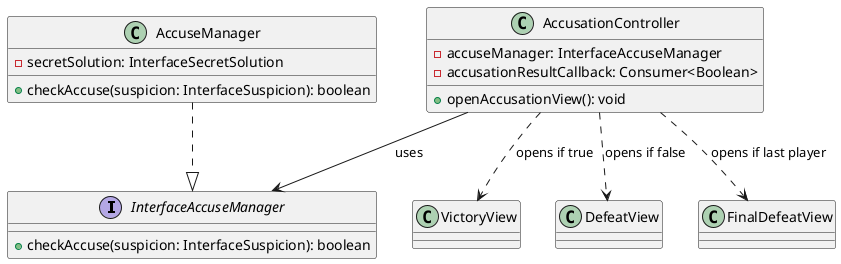
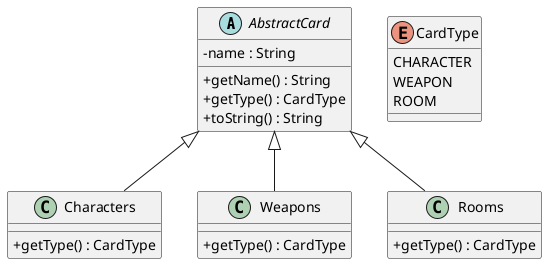
@startuml
- interface InterfaceAccuseManager {
-     +checkAccuse(suspicion: InterfaceSuspicion): boolean
+ skinparam classAttributeIconSize 0
+ 
+ ' ============================
+ '        CLASSI PRINCIPALI
+ ' ============================
+ 
+ abstract class AbstractCard {
+     - name : String
+     + getName() : String
+     + getType() : CardType
+     + toString() : String
}

- class AccuseManager {
-     -secretSolution: InterfaceSecretSolution
-     +checkAccuse(suspicion: InterfaceSuspicion): boolean
+ class Characters {
+     + getType() : CardType
}

- class AccusationController {
-     -accuseManager: InterfaceAccuseManager
-     -accusationResultCallback: Consumer<Boolean>
-     +openAccusationView(): void
+ class Weapons {
+     + getType() : CardType
}

- class VictoryView {
+ class Rooms {
+     + getType() : CardType
}

- class DefeatView {
+ enum CardType {
+     CHARACTER
+     WEAPON
+     ROOM
}

- class FinalDefeatView {
- }
+ ' ============================
+ '        EREDITARIETÀ
+ ' ============================

- AccuseManager ..|> InterfaceAccuseManager
- AccusationController --> InterfaceAccuseManager : uses
- AccusationController ..> VictoryView : opens if true
- AccusationController ..> DefeatView : opens if false
- AccusationController ..> FinalDefeatView : opens if last player
- @enduml+ AbstractCard <|-- Characters
+ AbstractCard <|-- Weapons
+ AbstractCard <|-- Rooms
+ 
+ @enduml
